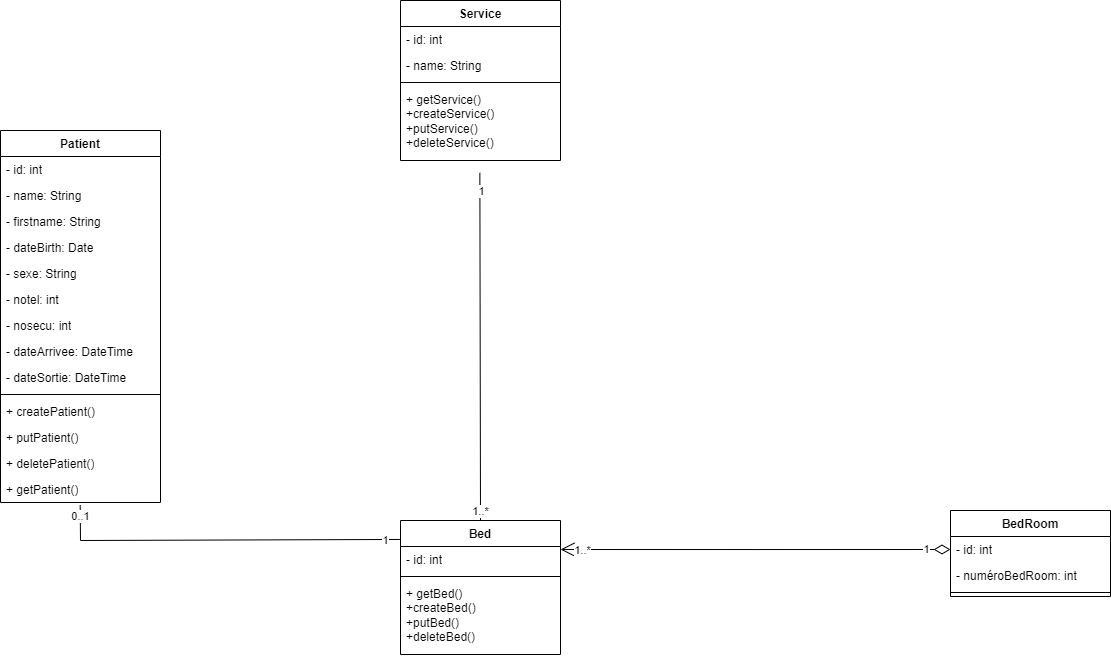
florianpoteau/CDA-Hopital-Back keeps this draw.io diagram as UML/UML-Diagramme de classe-V1.drawio.png. Above is the earlier version. Source tidied: cells renumbered, new cells last; positions are measured from the earlier drawing's top-left corner, leaving out a move shared by most shapes. Its diagram source:
```xml
<mxGraphModel>
  <root>
    <mxCell id="0" />
    <mxCell id="1" parent="0" />
    <mxCell id="2" value="BedRoom" style="swimlane;fontStyle=1;align=center;verticalAlign=top;horizontal=1;startSize=26;whiteSpace=wrap;html=1;" parent="1" vertex="1">
      <mxGeometry x="950" y="510" width="160" height="86" as="geometry" />
    </mxCell>
    <mxCell id="3" value="- id: int" style="text;strokeColor=none;fillColor=none;align=left;verticalAlign=top;spacingLeft=4;spacingRight=4;overflow=hidden;points=[[0,0.5],[1,0.5]];portConstraint=eastwest;whiteSpace=wrap;html=1;" parent="2" vertex="1">
      <mxGeometry y="26" width="160" height="26" as="geometry" />
    </mxCell>
    <mxCell id="4" value="- numéroBedRoom: int" style="text;strokeColor=none;fillColor=none;align=left;verticalAlign=top;spacingLeft=4;spacingRight=4;overflow=hidden;whiteSpace=wrap;html=1;" parent="2" vertex="1">
      <mxGeometry y="52" width="160" height="26" as="geometry" />
    </mxCell>
    <mxCell id="5" style="line;strokeWidth=1;fillColor=none;align=left;verticalAlign=middle;spacingTop=-1;spacingLeft=3;spacingRight=3;labelPosition=right;strokeColor=inherit;" parent="2" vertex="1">
      <mxGeometry y="78" width="160" height="8" as="geometry" />
    </mxCell>
    <mxCell id="6" style="endArrow=none;html=1;rounded=0;entryX=0.496;entryY=1.166;entryDx=0;entryDy=0;entryPerimeter=0;exitX=0.5;exitY=0;exitDx=0;exitDy=0;" parent="1" edge="1" source="35" target="19">
      <mxGeometry relative="1" as="geometry" />
    </mxCell>
    <mxCell id="7" value="1" style="edgeLabel;html=1;align=center;verticalAlign=middle;" parent="6" vertex="1">
      <mxGeometry x="0.89" y="-1" relative="1" as="geometry" />
    </mxCell>
    <mxCell id="8" value="1..*" style="edgeLabel;html=1;align=center;verticalAlign=middle;" parent="6" vertex="1">
      <mxGeometry x="-0.94" relative="1" as="geometry" />
    </mxCell>
    <mxCell id="9" style="endArrow=none;html=1;rounded=0;entryX=-0.004;entryY=-0.271;entryDx=0;entryDy=0;exitX=0.498;exitY=1.107;exitDx=0;exitDy=0;exitPerimeter=0;entryPerimeter=0;" parent="1" edge="1" source="34" target="36">
      <mxGeometry relative="1" as="geometry">
        <Array as="points">
          <mxPoint x="80" y="540" />
        </Array>
      </mxGeometry>
    </mxCell>
    <mxCell id="10" value="0..1" style="edgeLabel;html=1;align=center;verticalAlign=middle;" parent="9" vertex="1">
      <mxGeometry x="-0.94" relative="1" as="geometry" />
    </mxCell>
    <mxCell id="11" value="1" style="edgeLabel;html=1;align=center;verticalAlign=middle;" parent="9" vertex="1">
      <mxGeometry x="0.92" y="-1" relative="1" as="geometry" />
    </mxCell>
    <mxCell id="12" style="endArrow=open;html=1;endSize=12;startArrow=diamondThin;startSize=14;startFill=0;edgeStyle=orthogonalEdgeStyle;align=left;verticalAlign=bottom;rounded=0;exitX=0;exitY=0.5;exitDx=0;exitDy=0;entryX=1;entryY=0.5;entryDx=0;entryDy=0;" parent="1" edge="1" source="3">
      <mxGeometry x="-1" y="3" relative="1" as="geometry">
        <mxPoint x="560" y="549" as="targetPoint" />
      </mxGeometry>
    </mxCell>
    <mxCell id="13" value="1" style="edgeLabel;html=1;align=center;verticalAlign=middle;" parent="12" vertex="1">
      <mxGeometry x="-0.87" relative="1" as="geometry" />
    </mxCell>
    <mxCell id="14" value="1..*" style="edgeLabel;html=1;align=center;verticalAlign=middle;" parent="12" vertex="1">
      <mxGeometry x="0.89" y="1" relative="1" as="geometry" />
    </mxCell>
    <mxCell id="15" value="Service" style="swimlane;fontStyle=1;align=center;verticalAlign=top;horizontal=1;startSize=26;whiteSpace=wrap;html=1;" parent="1" vertex="1">
      <mxGeometry x="400" width="160" height="160" as="geometry" />
    </mxCell>
    <mxCell id="16" value="- id: int" style="text;strokeColor=none;fillColor=none;align=left;verticalAlign=top;spacingLeft=4;spacingRight=4;overflow=hidden;whiteSpace=wrap;html=1;" parent="15" vertex="1">
      <mxGeometry y="26" width="160" height="26" as="geometry" />
    </mxCell>
    <mxCell id="17" value="- name: String" style="text;strokeColor=none;fillColor=none;align=left;verticalAlign=top;spacingLeft=4;spacingRight=4;overflow=hidden;points=[[0,0.5],[1,0.5]];portConstraint=eastwest;whiteSpace=wrap;html=1;" parent="15" vertex="1">
      <mxGeometry y="52" width="160" height="26" as="geometry" />
    </mxCell>
    <mxCell id="18" style="line;strokeWidth=1;fillColor=none;align=left;verticalAlign=middle;spacingTop=-1;spacingLeft=3;spacingRight=3;labelPosition=right;strokeColor=inherit;" parent="15" vertex="1">
      <mxGeometry y="78" width="160" height="8" as="geometry" />
    </mxCell>
    <mxCell id="19" value="+ getService()&lt;div&gt;+createService()&lt;/div&gt;&lt;div&gt;+putService()&lt;/div&gt;&lt;div&gt;+deleteService()&lt;/div&gt;" style="text;strokeColor=none;fillColor=none;align=left;verticalAlign=top;spacingLeft=4;spacingRight=4;overflow=hidden;points=[[0,0.5],[1,0.5]];portConstraint=eastwest;whiteSpace=wrap;html=1;" parent="15" vertex="1">
      <mxGeometry y="86" width="160" height="74" as="geometry" />
    </mxCell>
    <mxCell id="20" value="Patient" style="swimlane;fontStyle=1;align=center;verticalAlign=top;horizontal=1;startSize=26;whiteSpace=wrap;html=1;" parent="1" vertex="1">
      <mxGeometry y="130" width="160" height="372" as="geometry" />
    </mxCell>
    <mxCell id="21" value="- id: int" style="text;strokeColor=none;fillColor=none;align=left;verticalAlign=top;spacingLeft=4;spacingRight=4;overflow=hidden;whiteSpace=wrap;html=1;" parent="20" vertex="1">
      <mxGeometry y="26" width="160" height="26" as="geometry" />
    </mxCell>
    <mxCell id="22" value="- name: String" style="text;strokeColor=none;fillColor=none;align=left;verticalAlign=top;spacingLeft=4;spacingRight=4;overflow=hidden;whiteSpace=wrap;html=1;" parent="20" vertex="1">
      <mxGeometry y="52" width="160" height="26" as="geometry" />
    </mxCell>
    <mxCell id="23" value="- firstname: String" style="text;strokeColor=none;fillColor=none;align=left;verticalAlign=top;spacingLeft=4;spacingRight=4;overflow=hidden;whiteSpace=wrap;html=1;" parent="20" vertex="1">
      <mxGeometry y="78" width="160" height="26" as="geometry" />
    </mxCell>
    <mxCell id="24" value="- dateBirth: Date" style="text;strokeColor=none;fillColor=none;align=left;verticalAlign=top;spacingLeft=4;spacingRight=4;overflow=hidden;whiteSpace=wrap;html=1;" parent="20" vertex="1">
      <mxGeometry y="104" width="160" height="26" as="geometry" />
    </mxCell>
    <mxCell id="25" value="- sexe: String" style="text;strokeColor=none;fillColor=none;align=left;verticalAlign=top;spacingLeft=4;spacingRight=4;overflow=hidden;whiteSpace=wrap;html=1;" parent="20" vertex="1">
      <mxGeometry y="130" width="160" height="26" as="geometry" />
    </mxCell>
    <mxCell id="26" value="- notel: int" style="text;strokeColor=none;fillColor=none;align=left;verticalAlign=top;spacingLeft=4;spacingRight=4;overflow=hidden;whiteSpace=wrap;html=1;" parent="20" vertex="1">
      <mxGeometry y="156" width="160" height="26" as="geometry" />
    </mxCell>
    <mxCell id="27" value="- nosecu: int" style="text;strokeColor=none;fillColor=none;align=left;verticalAlign=top;spacingLeft=4;spacingRight=4;overflow=hidden;whiteSpace=wrap;html=1;" parent="20" vertex="1">
      <mxGeometry y="182" width="160" height="26" as="geometry" />
    </mxCell>
    <mxCell id="28" value="- dateArrivee: DateTime" style="text;strokeColor=none;fillColor=none;align=left;verticalAlign=top;spacingLeft=4;spacingRight=4;overflow=hidden;whiteSpace=wrap;html=1;" parent="20" vertex="1">
      <mxGeometry y="208" width="160" height="26" as="geometry" />
    </mxCell>
    <mxCell id="29" value="- dateSortie: DateTime" style="text;strokeColor=none;fillColor=none;align=left;verticalAlign=top;spacingLeft=4;spacingRight=4;overflow=hidden;whiteSpace=wrap;html=1;" parent="20" vertex="1">
      <mxGeometry y="234" width="160" height="26" as="geometry" />
    </mxCell>
    <mxCell id="30" style="line;strokeWidth=1;fillColor=none;align=left;verticalAlign=middle;spacingTop=-1;spacingLeft=3;spacingRight=3;labelPosition=right;strokeColor=inherit;" parent="20" vertex="1">
      <mxGeometry y="260" width="160" height="8" as="geometry" />
    </mxCell>
    <mxCell id="31" value="+ createPatient()" style="text;strokeColor=none;fillColor=none;align=left;verticalAlign=top;spacingLeft=4;spacingRight=4;overflow=hidden;whiteSpace=wrap;html=1;" parent="20" vertex="1">
      <mxGeometry y="268" width="160" height="26" as="geometry" />
    </mxCell>
    <mxCell id="32" value="+ putPatient()" style="text;strokeColor=none;fillColor=none;align=left;verticalAlign=top;spacingLeft=4;spacingRight=4;overflow=hidden;whiteSpace=wrap;html=1;" parent="20" vertex="1">
      <mxGeometry y="294" width="160" height="26" as="geometry" />
    </mxCell>
    <mxCell id="33" value="+ deletePatient()" style="text;strokeColor=none;fillColor=none;align=left;verticalAlign=top;spacingLeft=4;spacingRight=4;overflow=hidden;whiteSpace=wrap;html=1;" parent="20" vertex="1">
      <mxGeometry y="320" width="160" height="26" as="geometry" />
    </mxCell>
    <mxCell id="34" value="+ getPatient()" style="text;strokeColor=none;fillColor=none;align=left;verticalAlign=top;spacingLeft=4;spacingRight=4;overflow=hidden;points=[[0,0.5],[1,0.5]];portConstraint=eastwest;whiteSpace=wrap;html=1;" parent="20" vertex="1">
      <mxGeometry y="346" width="160" height="26" as="geometry" />
    </mxCell>
    <mxCell id="35" value="Bed" style="swimlane;fontStyle=1;align=center;verticalAlign=top;horizontal=1;startSize=26;whiteSpace=wrap;html=1;" parent="1" vertex="1">
      <mxGeometry x="400" y="520" width="160" height="134" as="geometry" />
    </mxCell>
    <mxCell id="36" value="- id: int" style="text;strokeColor=none;fillColor=none;align=left;verticalAlign=top;spacingLeft=4;spacingRight=4;overflow=hidden;points=[[0,0.5],[1,0.5]];portConstraint=eastwest;whiteSpace=wrap;html=1;" parent="35" vertex="1">
      <mxGeometry y="26" width="160" height="26" as="geometry" />
    </mxCell>
    <mxCell id="37" style="line;strokeWidth=1;fillColor=none;align=left;verticalAlign=middle;spacingTop=-1;spacingLeft=3;spacingRight=3;labelPosition=right;strokeColor=inherit;" parent="35" vertex="1">
      <mxGeometry y="52" width="160" height="8" as="geometry" />
    </mxCell>
    <mxCell id="38" value="+ getBed()&lt;div&gt;+createBed()&lt;/div&gt;&lt;div&gt;+putBed()&lt;/div&gt;&lt;div&gt;+deleteBed()&lt;/div&gt;" style="text;strokeColor=none;fillColor=none;align=left;verticalAlign=top;spacingLeft=4;spacingRight=4;overflow=hidden;whiteSpace=wrap;html=1;" parent="35" vertex="1">
      <mxGeometry y="60" width="160" height="74" as="geometry" />
    </mxCell>
  </root>
</mxGraphModel>
```
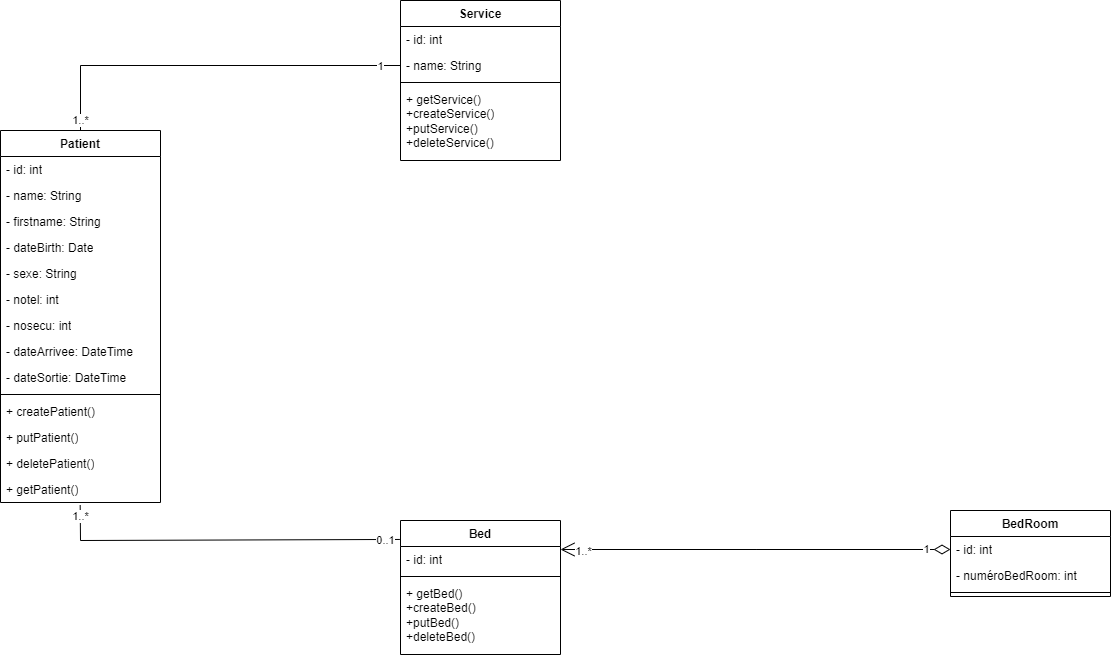
The same file after the commit.

The edit, as a diff of the source:
```diff
@@ -14,8 +14,12 @@
     <mxCell id="5" style="line;strokeWidth=1;fillColor=none;align=left;verticalAlign=middle;spacingTop=-1;spacingLeft=3;spacingRight=3;labelPosition=right;strokeColor=inherit;" parent="2" vertex="1">
       <mxGeometry y="78" width="160" height="8" as="geometry" />
     </mxCell>
-    <mxCell id="6" style="endArrow=none;html=1;rounded=0;entryX=0.496;entryY=1.166;entryDx=0;entryDy=0;entryPerimeter=0;exitX=0.5;exitY=0;exitDx=0;exitDy=0;" parent="1" edge="1" source="35" target="19">
-      <mxGeometry relative="1" as="geometry" />
+    <mxCell id="6" style="endArrow=none;html=1;rounded=0;entryX=0;entryY=0.5;entryDx=0;entryDy=0;exitX=0.5;exitY=0;exitDx=0;exitDy=0;" parent="1" edge="1" source="20" target="17">
+      <mxGeometry relative="1" as="geometry">
+        <Array as="points">
+          <mxPoint x="80" y="65" />
+        </Array>
+      </mxGeometry>
     </mxCell>
     <mxCell id="7" value="1" style="edgeLabel;html=1;align=center;verticalAlign=middle;" parent="6" vertex="1">
       <mxGeometry x="0.89" y="-1" relative="1" as="geometry" />
@@ -30,10 +34,10 @@
         </Array>
       </mxGeometry>
     </mxCell>
-    <mxCell id="10" value="0..1" style="edgeLabel;html=1;align=center;verticalAlign=middle;" parent="9" vertex="1">
+    <mxCell id="10" value="1..*" style="edgeLabel;html=1;align=center;verticalAlign=middle;" parent="9" vertex="1">
       <mxGeometry x="-0.94" relative="1" as="geometry" />
     </mxCell>
-    <mxCell id="11" value="1" style="edgeLabel;html=1;align=center;verticalAlign=middle;" parent="9" vertex="1">
+    <mxCell id="11" value="0..1" style="edgeLabel;html=1;align=center;verticalAlign=middle;" parent="9" vertex="1">
       <mxGeometry x="0.92" y="-1" relative="1" as="geometry" />
     </mxCell>
     <mxCell id="12" style="endArrow=open;html=1;endSize=12;startArrow=diamondThin;startSize=14;startFill=0;edgeStyle=orthogonalEdgeStyle;align=left;verticalAlign=bottom;rounded=0;exitX=0;exitY=0.5;exitDx=0;exitDy=0;entryX=1;entryY=0.5;entryDx=0;entryDy=0;" parent="1" edge="1" source="3">
```
